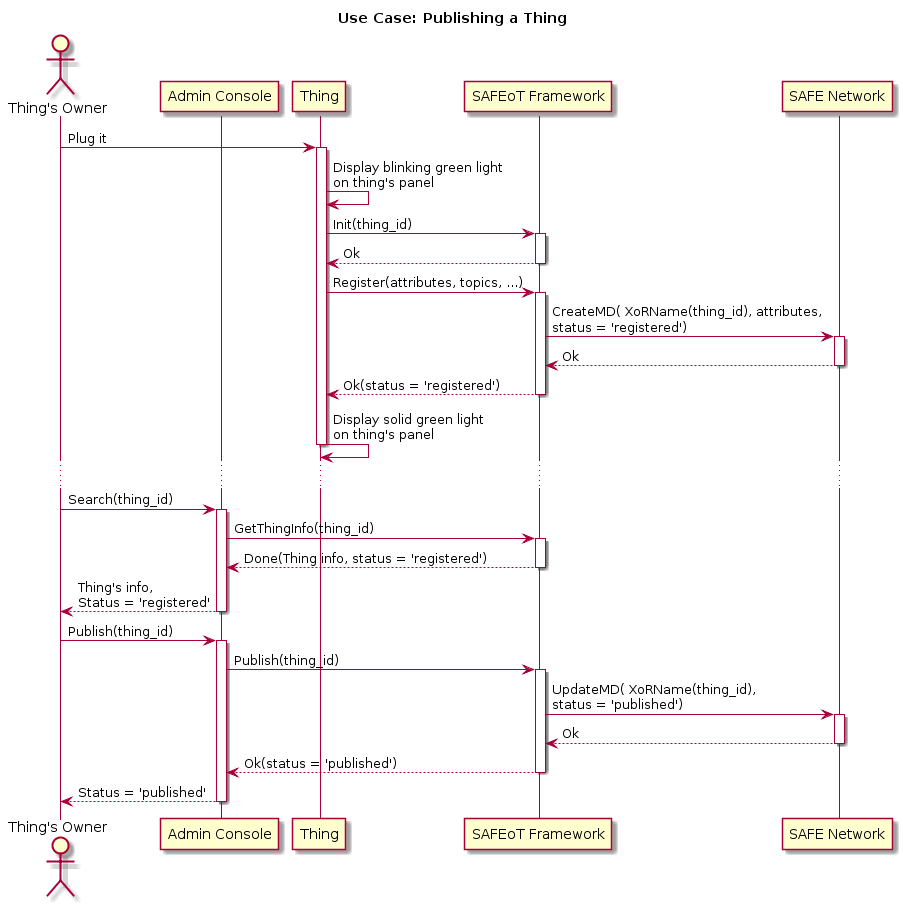
This is misc/UC_register_and_publish.png from bochaco/safe_thing, a PlantUML export, as it was before one commit.
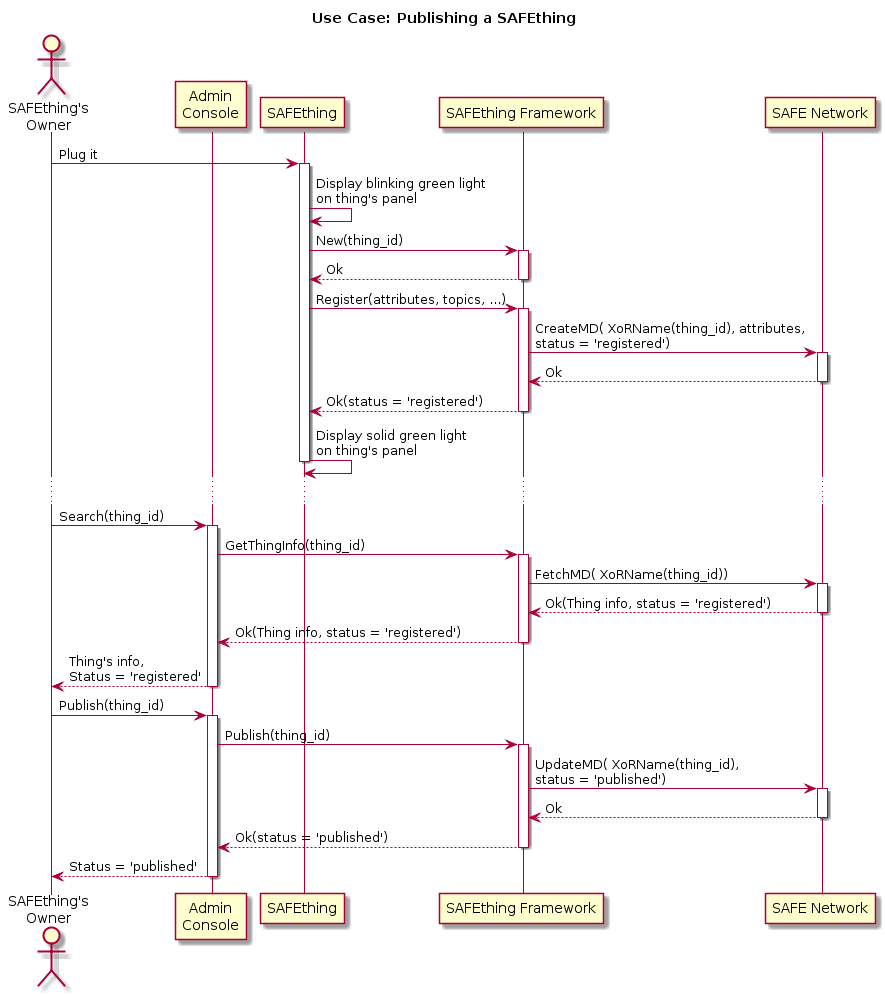
Later version of the same file.

Change to the diagram source:
```diff
@@ -1,33 +1,33 @@
 @startuml
-title **Use Case: Publishing a Thing**
+title **Use Case: Publishing a SAFEthing**
 
-actor "Thing's Owner" as owner
-participant "Admin Console" as admin
-participant Thing as thing
-participant "SAFEoT Framework" as safeot
+actor "SAFEthing's\nOwner" as owner
+participant "Admin\nConsole" as admin
+participant SAFEthing as thing
+participant "SAFEthing Framework" as framework
 participant "SAFE Network" as safenet
 
 owner -> thing: Plug it
 activate thing
 
 thing -> thing: Display blinking green light\non thing's panel
-thing -> safeot: Init(thing_id)
-activate safeot
+thing -> framework: New(thing_id)
+activate framework
 
-thing <-- safeot: Ok
-deactivate safeot
+thing <-- framework: Ok
+deactivate framework
 
-thing -> safeot: Register(attributes, topics, ...)
-activate safeot
+thing -> framework: Register(attributes, topics, ...)
+activate framework
 
-safeot -> safenet: CreateMD( XoRName(thing_id), attributes,\nstatus = 'registered')
+framework -> safenet: CreateMD( XoRName(thing_id), attributes,\nstatus = 'registered')
 activate safenet
 
-safeot <-- safenet: Ok
+framework <-- safenet: Ok
 deactivate safenet
 
-thing <-- safeot: Ok(status = 'registered')
-deactivate safeot
+thing <-- framework: Ok(status = 'registered')
+deactivate framework
 thing -> thing: Display solid green light\non thing's panel
 deactivate thing
 
@@ -36,11 +36,17 @@
 owner -> admin: Search(thing_id)
 activate admin
 
-admin -> safeot: GetThingInfo(thing_id)
-activate safeot
+admin -> framework: GetThingInfo(thing_id)
+activate framework
 
-admin <-- safeot: Done(Thing info, status = 'registered')
-deactivate safeot
+framework -> safenet: FetchMD( XoRName(thing_id))
+activate safenet
+
+framework <-- safenet: Ok(Thing info, status = 'registered')
+deactivate safenet
+
+admin <-- framework: Ok(Thing info, status = 'registered')
+deactivate framework
 
 owner <-- admin: Thing's info,\nStatus = 'registered'
 deactivate admin
@@ -48,17 +54,17 @@
 owner -> admin: Publish(thing_id)
 activate admin
 
-admin -> safeot: Publish(thing_id)
-activate safeot
+admin -> framework: Publish(thing_id)
+activate framework
 
-safeot -> safenet: UpdateMD( XoRName(thing_id),\nstatus = 'published')
+framework -> safenet: UpdateMD( XoRName(thing_id),\nstatus = 'published')
 activate safenet
 
-safeot <-- safenet: Ok
+framework <-- safenet: Ok
 deactivate safenet
 
-admin <-- safeot: Ok(status = 'published')
-deactivate safeot
+admin <-- framework: Ok(status = 'published')
+deactivate framework
 
 owner <-- admin: Status = 'published'
 deactivate admin
```
